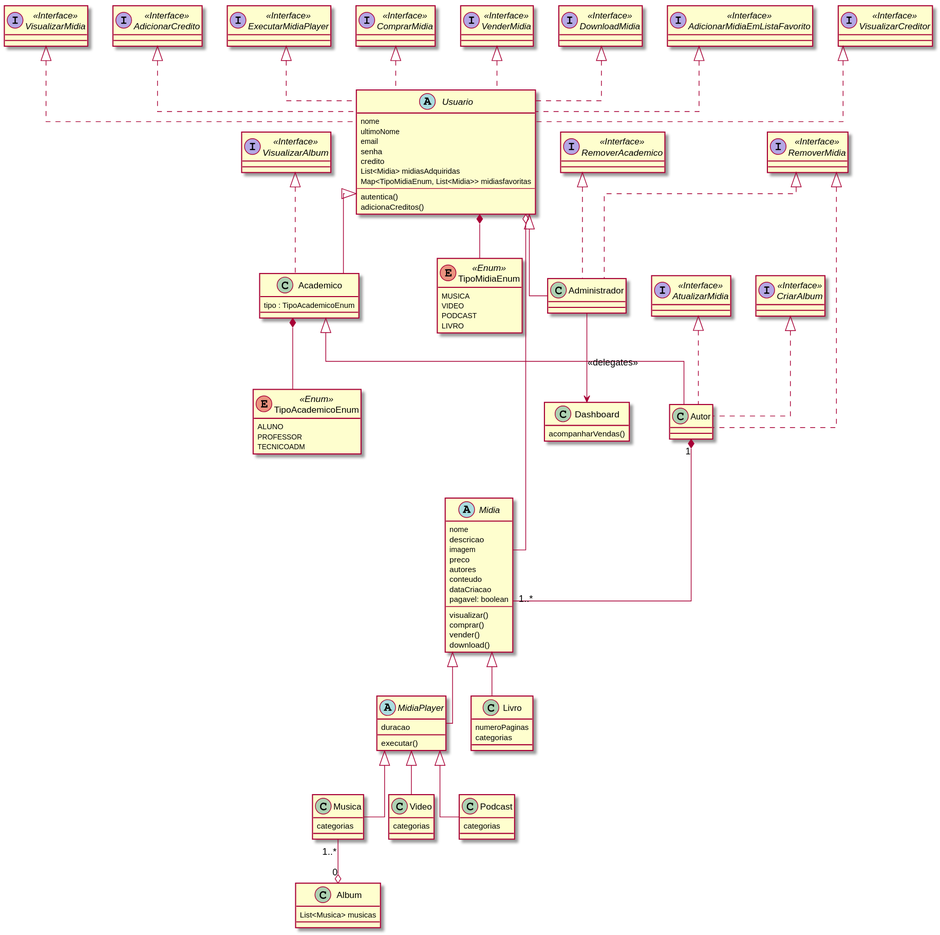
Earlier version of the PlantUML export class-diagram/class.svg (arielazzi/desenvolvimento-de-software-II). The source it was exported from:
```plantuml
@startuml class
skinparam linetype ortho

enum TipoAcademicoEnum <<Enum>> {
  ALUNO
  PROFESSOR
  TECNICOADM
}

enum TipoMidiaEnum <<Enum>> {
  MUSICA
  VIDEO
  PODCAST
  LIVRO
}

abstract class Usuario {
  nome
  ultimoNome
  email
  senha
  credito
  List<Midia> midiasAdquiridas
  Map<TipoMidiaEnum, List<Midia>> midiasfavoritas
  ---
  autentica()
  adicionaCreditos()
}

class Academico {
  tipo : TipoAcademicoEnum
}

class Administrador {}

class Album {
  List<Musica> musicas
}

abstract class Midia {
  nome
  descricao
  imagem
  preco
  autores
  conteudo
  dataCriacao
  pagavel: boolean
  ---
  visualizar()
  comprar()
  vender()
  download()
}

abstract class MidiaPlayer {
  duracao
  executar()
}

class Dashboard {
  acompanharVendas()
}

class Livro {
  numeroPaginas
  categorias
}

class Musica {
  categorias
}

class Video {
  categorias
}

class Podcast {
  categorias
}

Autor "1" *-- "1..*" Midia

Usuario o-- Midia

Academico *-- TipoAcademicoEnum
Usuario *-- TipoMidiaEnum

Usuario <|-- Academico
Academico <|-- Autor
Usuario <|-- Administrador

Midia <|-- Livro
Midia <|-- MidiaPlayer
MidiaPlayer <|-- Musica
MidiaPlayer <|-- Video
MidiaPlayer <|-- Podcast

Musica "1..*" --o "0" Album

interface VisualizarMidia <<Interface>>
interface RemoverMidia <<Interface>>
interface RemoverAcademico <<Interface>>
interface AtualizarMidia <<Interface>>
interface AdicionarCredito <<Interface>>
interface CriarAlbum <<Interface>>
interface VisualizarAlbum <<Interface>>

VisualizarAlbum <|.. Academico
CriarAlbum <|.. Autor
AdicionarCredito <|.. Usuario
VisualizarMidia <|.. Usuario
RemoverMidia <|.. Autor
RemoverMidia <|.. Administrador
RemoverAcademico <|.. Administrador
AtualizarMidia <|.. Autor

interface ExecutarMidiaPlayer <<Interface>>
interface ComprarMidia <<Interface>>
interface VenderMidia <<Interface>>
interface DownloadMidia <<Interface>>
interface AdicionarMidiaEmListaFavorito <<Interface>>
interface VisualizarCreditor <<Interface>>
interface VisualizarCreditor <<Interface>>

VisualizarCreditor <|.. Usuario
AdicionarMidiaEmListaFavorito <|.. Usuario
ExecutarMidiaPlayer <|.. Usuario
ComprarMidia <|.. Usuario
VenderMidia <|.. Usuario
DownloadMidia <|.. Usuario

Administrador --> Dashboard : <<delegates>>

hide Dashboard attributes
hide TipoAcademicoEnum methods
hide TipoMidiaEnum methods


@enduml
```
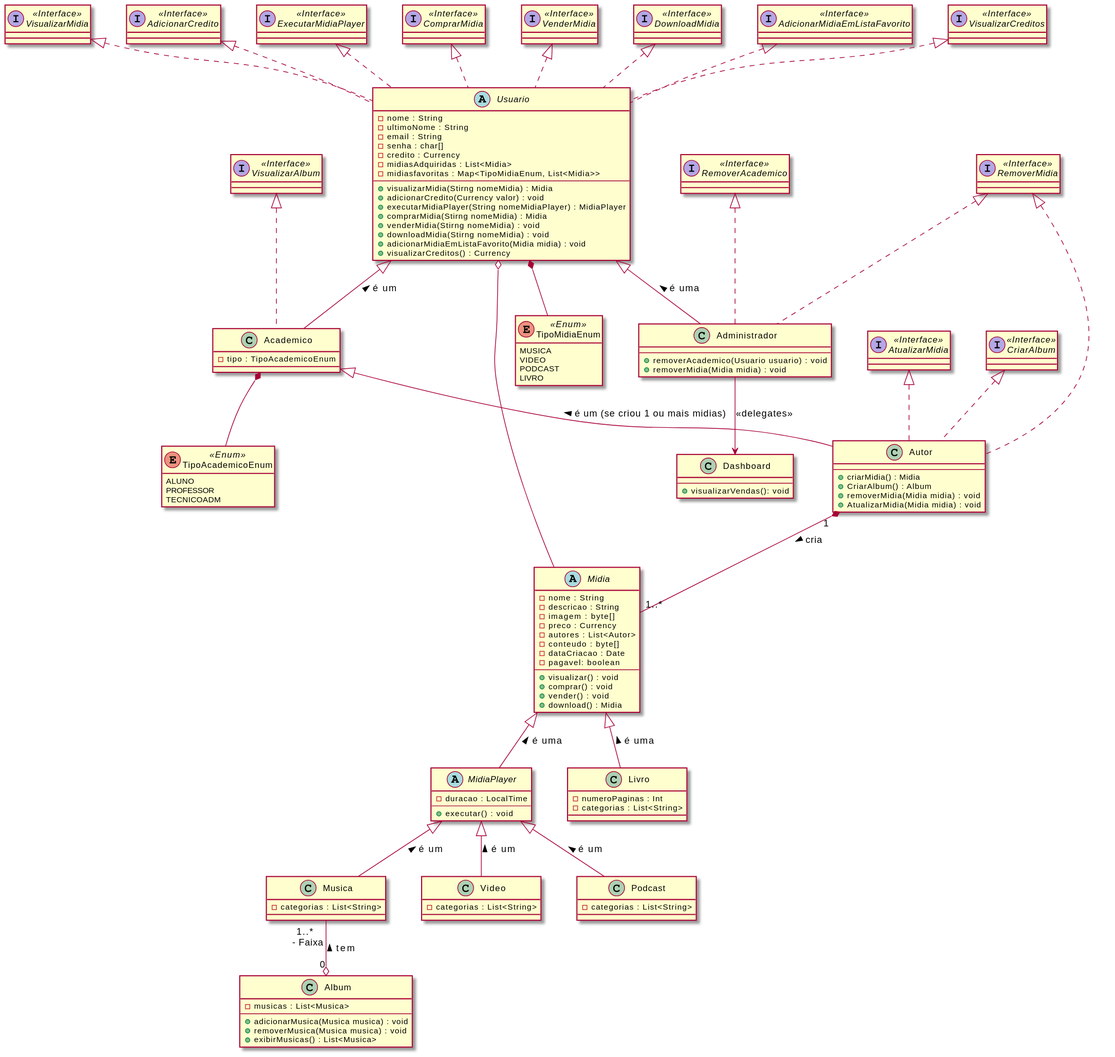
After the commit.

Commit message:
adjust class diagram

Change to the diagram source:
```diff
@@ -1,5 +1,5 @@
-@startuml class
-skinparam linetype ortho
+@startuml
+skinparam nodesep 50
 
 enum TipoAcademicoEnum <<Enum>> {
   ALUNO
@@ -15,88 +15,112 @@
 }
 
 abstract class Usuario {
-  nome
-  ultimoNome
-  email
-  senha
-  credito
-  List<Midia> midiasAdquiridas
-  Map<TipoMidiaEnum, List<Midia>> midiasfavoritas
+  -nome : String
+  -ultimoNome : String
+  -email : String
+  -senha : char[]
+  -credito : Currency
+  -midiasAdquiridas : List<Midia>
+  -midiasfavoritas : Map<TipoMidiaEnum, List<Midia>>
   ---
-  autentica()
-  adicionaCreditos()
+  +visualizarMidia(Stirng nomeMidia) : Midia
+  +adicionarCredito(Currency valor) : void
+  +executarMidiaPlayer(String nomeMidiaPlayer) : MidiaPlayer
+  +comprarMidia(Stirng nomeMidia) : Midia
+  +venderMidia(Stirng nomeMidia) : void
+  +downloadMidia(Stirng nomeMidia) : void
+  +adicionarMidiaEmListaFavorito(Midia midia) : void
+  +visualizarCreditos() : Currency
 }
 
 class Academico {
-  tipo : TipoAcademicoEnum
+  -tipo : TipoAcademicoEnum
 }
 
-class Administrador {}
+class Autor {
+  ---
+  +criarMidia() : Midia
+  +CriarAlbum() : Album
+  +removerMidia(Midia midia) : void
+  +AtualizarMidia(Midia midia) : void
+}
+
+class Administrador {
+  ---
+  +removerAcademico(Usuario usuario) : void
+  +removerMidia(Midia midia) : void
+}
 
 class Album {
-  List<Musica> musicas
+  -musicas : List<Musica>
+  ---
+  +adicionarMusica(Musica musica) : void
+  +removerMusica(Musica musica) : void
+  +exibirMusicas() : List<Musica>
 }
 
 abstract class Midia {
-  nome
-  descricao
-  imagem
-  preco
-  autores
-  conteudo
-  dataCriacao
-  pagavel: boolean
+  -nome : String
+  -descricao : String
+  -imagem : byte[]
+  -preco : Currency
+  -autores : List<Autor>
+  -conteudo : byte[]
+  -dataCriacao : Date
+  -pagavel: boolean
   ---
-  visualizar()
-  comprar()
-  vender()
-  download()
+  +visualizar() : void
+  +comprar() : void
+  +vender() : void
+  +download() : Midia
 }
 
 abstract class MidiaPlayer {
-  duracao
-  executar()
+  -duracao : LocalTime
+  ---
+  +executar() : void
 }
 
 class Dashboard {
-  acompanharVendas()
+  ---
+  +visualizarVendas(): void
 }
 
 class Livro {
-  numeroPaginas
-  categorias
+  -numeroPaginas : Int
+  -categorias : List<String>
 }
 
 class Musica {
-  categorias
+  -categorias : List<String>
 }
 
 class Video {
-  categorias
+  -categorias : List<String>
 }
 
 class Podcast {
-  categorias
+  -categorias : List<String>
 }
 
-Autor "1" *-- "1..*" Midia
+Autor "1" *-- "1..*" Midia : cria >
 
 Usuario o-- Midia
 
 Academico *-- TipoAcademicoEnum
 Usuario *-- TipoMidiaEnum
 
-Usuario <|-- Academico
-Academico <|-- Autor
-Usuario <|-- Administrador
+Usuario <|-- Academico : < é um
+Academico <|-- Autor : < é um (se criou 1 ou mais midias)
+Usuario <|-- Administrador: < é uma
 
-Midia <|-- Livro
-Midia <|-- MidiaPlayer
-MidiaPlayer <|-- Musica
-MidiaPlayer <|-- Video
-MidiaPlayer <|-- Podcast
+Midia <|-- Livro  : < é uma
+Midia <|-- MidiaPlayer : < é uma
+MidiaPlayer <|-- Video : < é um
+MidiaPlayer <|-- Podcast : < é um
 
-Musica "1..*" --o "0" Album
+MidiaPlayer <|-- Musica : < é um
+Musica "1..* \n - Faixa" --o "0" Album : < tem
 
 interface VisualizarMidia <<Interface>>
 interface RemoverMidia <<Interface>>
@@ -114,27 +138,24 @@
 RemoverMidia <|.. Administrador
 RemoverAcademico <|.. Administrador
 AtualizarMidia <|.. Autor
+Administrador --> Dashboard : <<delegates>>
 
 interface ExecutarMidiaPlayer <<Interface>>
 interface ComprarMidia <<Interface>>
 interface VenderMidia <<Interface>>
 interface DownloadMidia <<Interface>>
 interface AdicionarMidiaEmListaFavorito <<Interface>>
-interface VisualizarCreditor <<Interface>>
-interface VisualizarCreditor <<Interface>>
+interface VisualizarCreditos <<Interface>>
 
-VisualizarCreditor <|.. Usuario
+VisualizarCreditos <|.. Usuario
 AdicionarMidiaEmListaFavorito <|.. Usuario
 ExecutarMidiaPlayer <|.. Usuario
 ComprarMidia <|.. Usuario
 VenderMidia <|.. Usuario
 DownloadMidia <|.. Usuario
 
-Administrador --> Dashboard : <<delegates>>
 
 hide Dashboard attributes
 hide TipoAcademicoEnum methods
 hide TipoMidiaEnum methods
-
-
 @enduml
```
